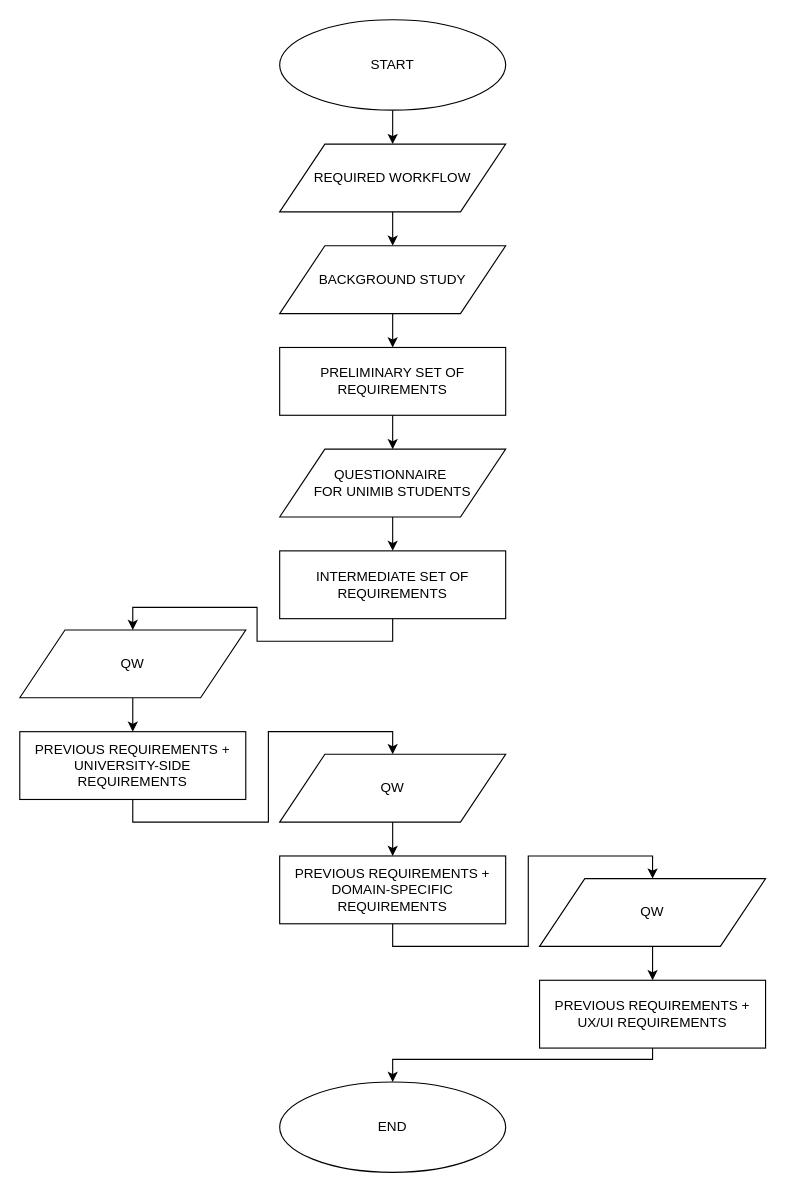
The draw.io diagram assets/ES.drawio in Beltra97/Unimib_ProcessoSviluppoSoftware_2, before the edit. Source tidied: cells renumbered, new cells numbered last; positions are measured from the earlier drawing's top-left corner, leaving out a move shared by most shapes. Both pictures are drawn from the tidied source at 113%, with x=0, y=0 at pixel (19, 19).
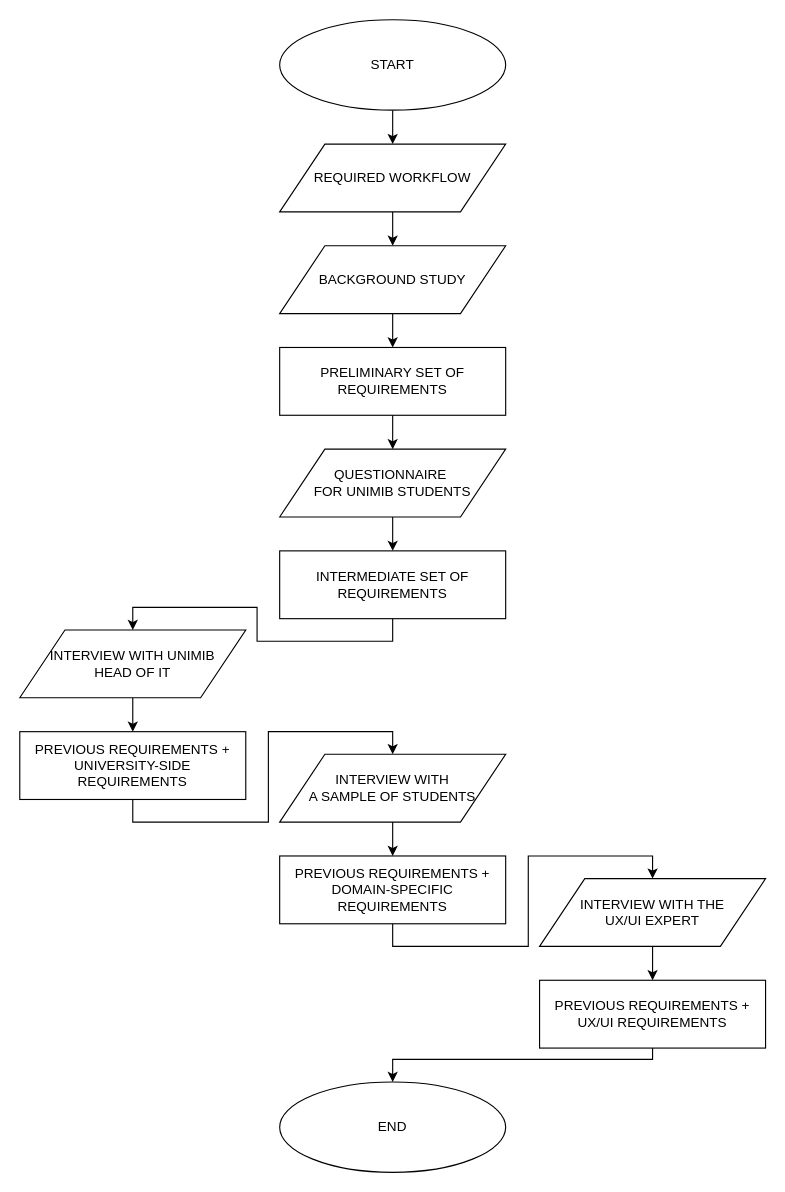
After the change.

The edit, as a diff of the source:
```diff
@@
-    <mxCell id="15" value="QW" style="shape=parallelogram;perimeter=parallelogramPerimeter;whiteSpace=wrap;html=1;" parent="1" vertex="1">
+    <mxCell id="15" value="INTERVIEW WITH UNIMIB&lt;br&gt;HEAD OF IT" style="shape=parallelogram;perimeter=parallelogramPerimeter;whiteSpace=wrap;html=1;" parent="1" vertex="1">
       <mxGeometry y="540" width="200" height="60" as="geometry" />
     </mxCell>
@@
-    <mxCell id="19" value="QW" style="shape=parallelogram;perimeter=parallelogramPerimeter;whiteSpace=wrap;html=1;" parent="1" vertex="1">
+    <mxCell id="19" value="INTERVIEW WITH&lt;br&gt;A SAMPLE OF STUDENTS" style="shape=parallelogram;perimeter=parallelogramPerimeter;whiteSpace=wrap;html=1;" parent="1" vertex="1">
       <mxGeometry x="230" y="650" width="200" height="60" as="geometry" />
     </mxCell>
@@
-    <mxCell id="23" value="QW" style="shape=parallelogram;perimeter=parallelogramPerimeter;whiteSpace=wrap;html=1;" parent="1" vertex="1">
+    <mxCell id="23" value="INTERVIEW WITH THE&lt;br&gt;UX/UI EXPERT" style="shape=parallelogram;perimeter=parallelogramPerimeter;whiteSpace=wrap;html=1;" parent="1" vertex="1">
       <mxGeometry x="460" y="760" width="200" height="60" as="geometry" />
     </mxCell>
```
